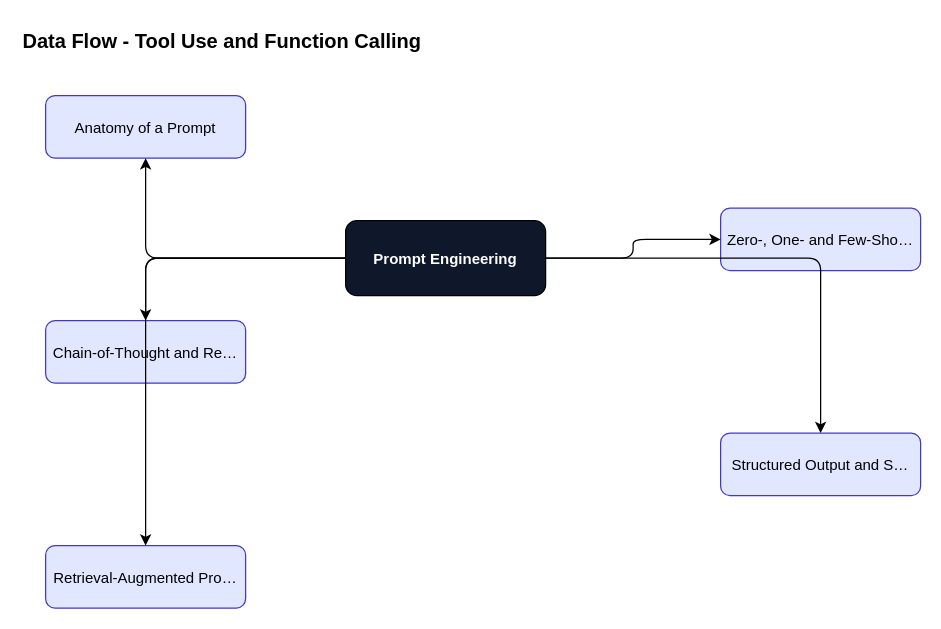
Above: content/prompt-engineering/prompt-engineering-foundations/diagrams/fig-008-data-flow.drawio in ankit05121980/AI-University (draw.io), before the change. Source tidied: cells renumbered, new cells numbered last; positions are measured from the earlier drawing's top-left corner, leaving out a move shared by most shapes. Both pictures are drawn from the tidied source at 125%, with x=0, y=0 at pixel (20, 20).
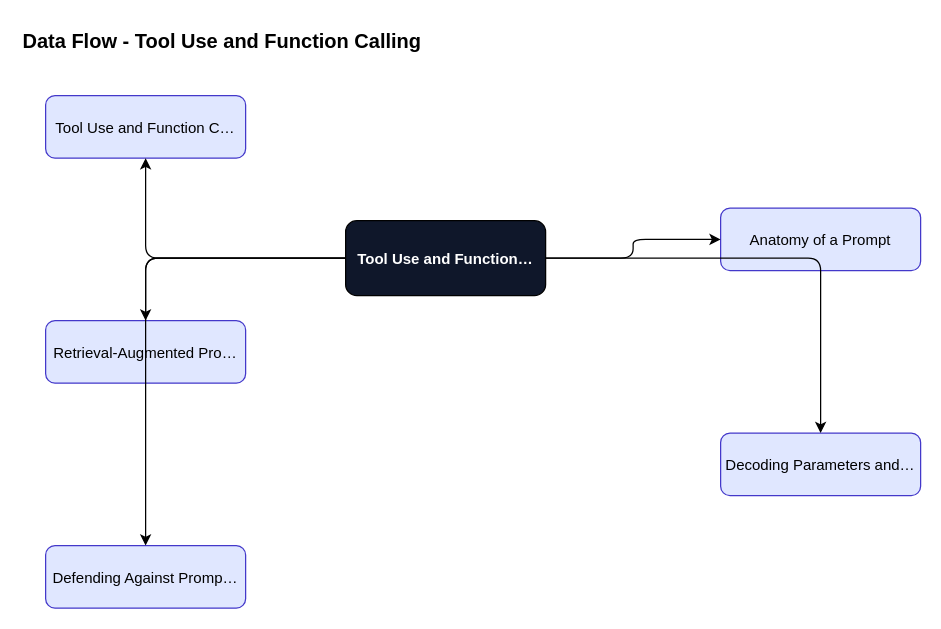
Above is the later version.

The edit, as a diff of the source:
```diff
@@
 <mxGraphModel>
   <root>
     <mxCell id="0" />
     <mxCell id="1" parent="0" />
     <mxCell id="2" value="Data Flow - Tool Use and Function Calling" style="text;fontSize=16;fontStyle=1;" parent="1" vertex="1">
       <mxGeometry width="600" height="30" as="geometry" />
     </mxCell>
-    <mxCell id="3" value="Prompt Engineering" style="rounded=1;fillColor=#0f172a;fontColor=#ffffff;fontStyle=1;" parent="1" vertex="1">
+    <mxCell id="3" value="Tool Use and Function…" style="rounded=1;fillColor=#0f172a;fontColor=#ffffff;fontStyle=1;" parent="1" vertex="1">
       <mxGeometry x="260" y="160" width="160" height="60" as="geometry" />
     </mxCell>
-    <mxCell id="4" value="Anatomy of a Prompt" style="rounded=1;fillColor=#e0e7ff;strokeColor=#4338ca;" parent="1" vertex="1">
+    <mxCell id="4" value="Tool Use and Function C…" style="rounded=1;fillColor=#e0e7ff;strokeColor=#4338ca;" parent="1" vertex="1">
       <mxGeometry x="20" y="60" width="160" height="50" as="geometry" />
     </mxCell>
     <mxCell id="5" style="edgeStyle=orthogonalEdgeStyle;" parent="1" edge="1" source="3" target="4">
       <mxGeometry relative="1" as="geometry" />
     </mxCell>
-    <mxCell id="6" value="Zero-, One- and Few-Sho…" style="rounded=1;fillColor=#e0e7ff;strokeColor=#4338ca;" parent="1" vertex="1">
+    <mxCell id="6" value="Anatomy of a Prompt" style="rounded=1;fillColor=#e0e7ff;strokeColor=#4338ca;" parent="1" vertex="1">
       <mxGeometry x="560" y="150" width="160" height="50" as="geometry" />
     </mxCell>
     <mxCell id="7" style="edgeStyle=orthogonalEdgeStyle;" parent="1" edge="1" source="3" target="6">
       <mxGeometry relative="1" as="geometry" />
     </mxCell>
-    <mxCell id="8" value="Chain-of-Thought and Re…" style="rounded=1;fillColor=#e0e7ff;strokeColor=#4338ca;" parent="1" vertex="1">
+    <mxCell id="8" value="Retrieval-Augmented Pro…" style="rounded=1;fillColor=#e0e7ff;strokeColor=#4338ca;" parent="1" vertex="1">
       <mxGeometry x="20" y="240" width="160" height="50" as="geometry" />
     </mxCell>
     <mxCell id="9" style="edgeStyle=orthogonalEdgeStyle;" parent="1" edge="1" source="3" target="8">
       <mxGeometry relative="1" as="geometry" />
     </mxCell>
-    <mxCell id="10" value="Structured Output and S…" style="rounded=1;fillColor=#e0e7ff;strokeColor=#4338ca;" parent="1" vertex="1">
+    <mxCell id="10" value="Decoding Parameters and…" style="rounded=1;fillColor=#e0e7ff;strokeColor=#4338ca;" parent="1" vertex="1">
       <mxGeometry x="560" y="330" width="160" height="50" as="geometry" />
     </mxCell>
     <mxCell id="11" style="edgeStyle=orthogonalEdgeStyle;" parent="1" edge="1" source="3" target="10">
       <mxGeometry relative="1" as="geometry" />
     </mxCell>
-    <mxCell id="12" value="Retrieval-Augmented Pro…" style="rounded=1;fillColor=#e0e7ff;strokeColor=#4338ca;" parent="1" vertex="1">
+    <mxCell id="12" value="Defending Against Promp…" style="rounded=1;fillColor=#e0e7ff;strokeColor=#4338ca;" parent="1" vertex="1">
       <mxGeometry x="20" y="420" width="160" height="50" as="geometry" />
     </mxCell>
     <mxCell id="13" style="edgeStyle=orthogonalEdgeStyle;" parent="1" edge="1" source="3" target="12">
       <mxGeometry relative="1" as="geometry" />
     </mxCell>
   </root>
 </mxGraphModel>
```
